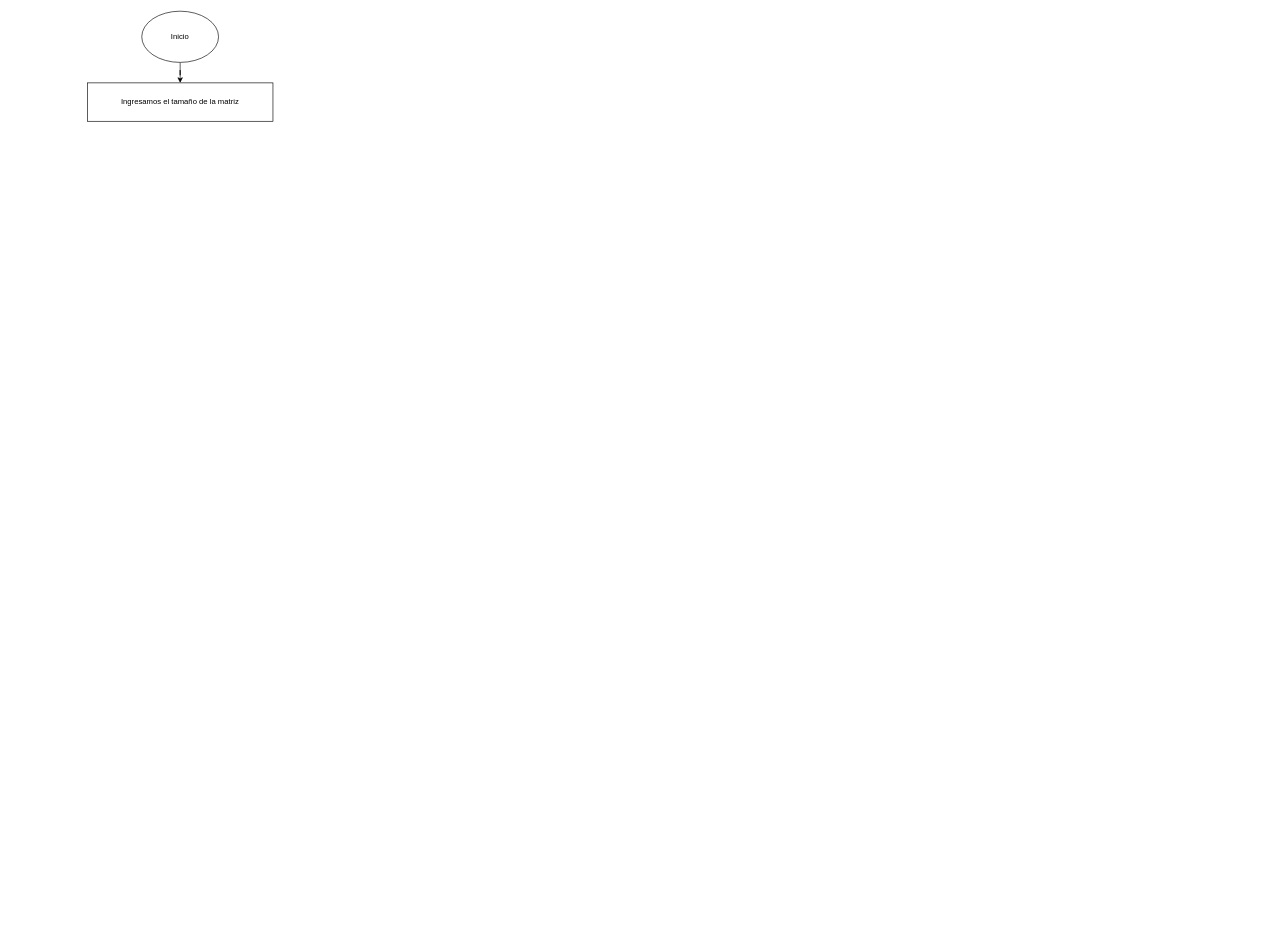
The draw.io diagram diagrama.drawio in CesarAHO123/Gauss-Seidel, before the edit. Source tidied: cells renumbered, new cells numbered last; positions are measured from the earlier drawing's top-left corner, leaving out a move shared by most shapes. Both pictures are drawn from the tidied source at 64%, with x=0, y=0 at pixel (87, 11).
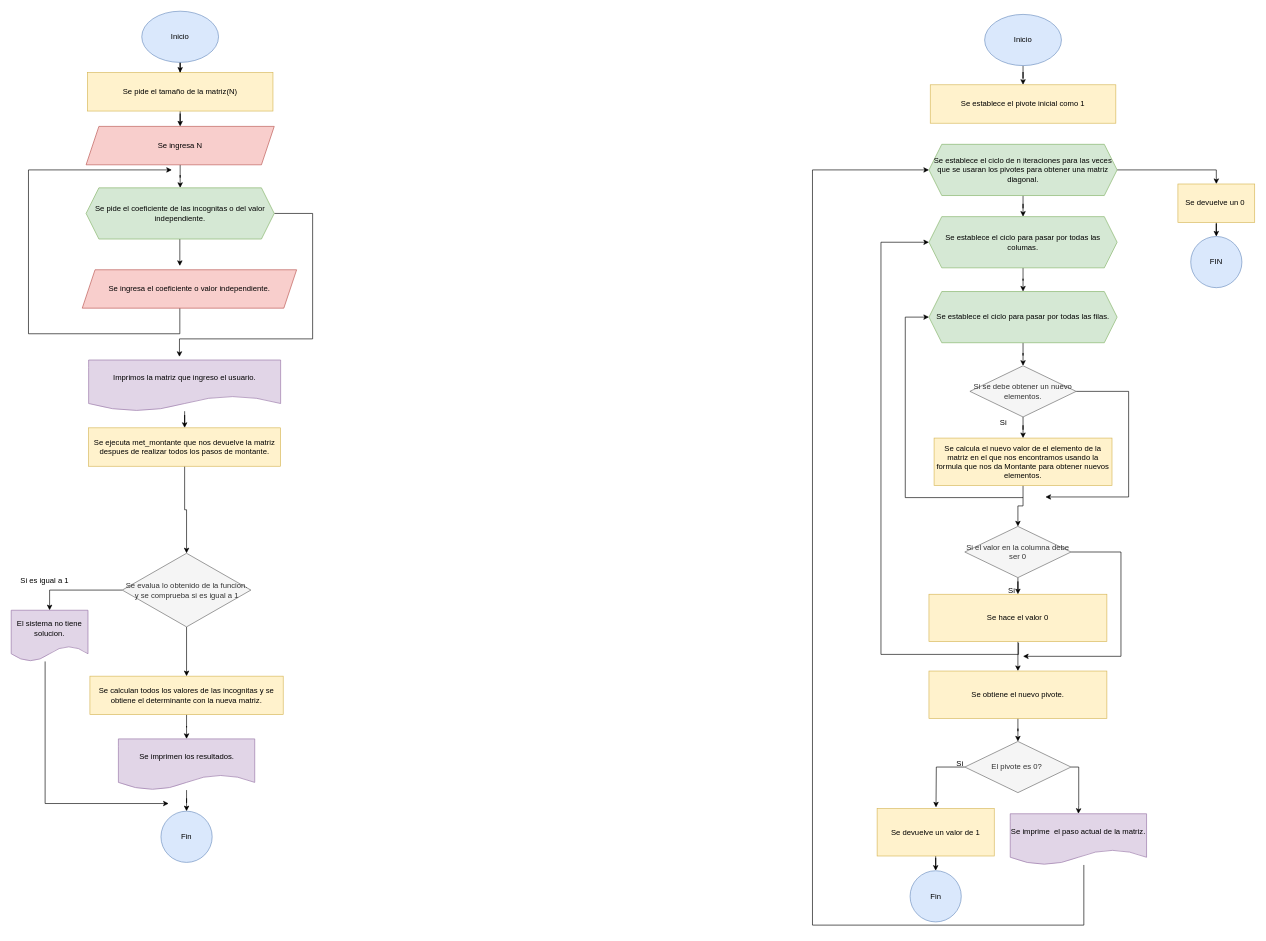
The same diagram, later.

Commit message (it also covers changes not shown here):
ejecutable agregado

The edit, as a diff of the source:
```diff
@@
-    <mxCell id="3" value="Inicio" style="ellipse;whiteSpace=wrap;html=1;" parent="1" vertex="1">
+    <mxCell id="3" value="Inicio" style="ellipse;whiteSpace=wrap;html=1;fillColor=#dae8fc;strokeColor=#6c8ebf;" parent="1" vertex="1">
       <mxGeometry x="85" width="120" height="80" as="geometry" />
     </mxCell>
+    <mxCell id="5" style="edgeStyle=orthogonalEdgeStyle;rounded=0;jettySize=auto;html=1;" parent="1" edge="1" source="4" target="7">
+      <mxGeometry relative="1" as="geometry" />
+    </mxCell>
-    <mxCell id="4" value="Ingresamos el tamaño de la matriz" style="rounded=0;whiteSpace=wrap;html=1;" parent="1" vertex="1">
-      <mxGeometry y="112" width="290" height="60" as="geometry" />
+    <mxCell id="4" value="Se pide el tamaño de la matriz(N)" style="rounded=0;whiteSpace=wrap;html=1;fillColor=#fff2cc;strokeColor=#d6b656;" parent="1" vertex="1">
+      <mxGeometry y="96" width="290" height="60" as="geometry" />
     </mxCell>
+    <mxCell id="6" style="edgeStyle=orthogonalEdgeStyle;rounded=0;jettySize=auto;html=1;" parent="1" edge="1" source="7" target="11">
+      <mxGeometry relative="1" as="geometry" />
+    </mxCell>
+    <mxCell id="7" value="Se ingresa N" style="shape=parallelogram;perimeter=parallelogramPerimeter;whiteSpace=wrap;html=1;fixedSize=1;fillColor=#f8cecc;strokeColor=#b85450;" parent="1" vertex="1">
+      <mxGeometry x="-2" y="180" width="294" height="60" as="geometry" />
+    </mxCell>
+    <mxCell id="8" style="edgeStyle=orthogonalEdgeStyle;rounded=0;orthogonalLoop=1;jettySize=auto;html=1;" parent="1" edge="1">
+      <mxGeometry relative="1" as="geometry">
+        <mxPoint x="144.5" y="458" as="sourcePoint" />
+        <mxPoint x="132" y="248" as="targetPoint" />
+        <Array as="points">
+          <mxPoint x="145" y="504" />
+          <mxPoint x="-92" y="504" />
+          <mxPoint x="-92" y="248" />
+        </Array>
+      </mxGeometry>
+    </mxCell>
+    <mxCell id="9" style="edgeStyle=orthogonalEdgeStyle;rounded=0;jettySize=auto;html=1;" parent="1" edge="1" source="11">
+      <mxGeometry relative="1" as="geometry">
+        <mxPoint x="144.5" y="398" as="targetPoint" />
+      </mxGeometry>
+    </mxCell>
+    <mxCell id="10" style="edgeStyle=orthogonalEdgeStyle;rounded=0;jettySize=auto;html=1;entryX=0.473;entryY=-0.062;entryDx=0;entryDy=0;entryPerimeter=0;" parent="1" edge="1" source="11" target="15">
+      <mxGeometry relative="1" as="geometry">
+        <Array as="points">
+          <mxPoint x="352" y="316" />
+          <mxPoint x="352" y="512" />
+          <mxPoint x="144" y="512" />
+        </Array>
+      </mxGeometry>
+    </mxCell>
+    <mxCell id="11" value="Se pide el coeficiente de las incognitas o del valor independiente." style="shape=hexagon;perimeter=hexagonPerimeter2;whiteSpace=wrap;html=1;fixedSize=1;fillColor=#d5e8d4;strokeColor=#82b366;" parent="1" vertex="1">
+      <mxGeometry x="-2" y="276" width="294" height="80" as="geometry" />
+    </mxCell>
+    <mxCell id="12" style="edgeStyle=orthogonalEdgeStyle;rounded=0;jettySize=auto;html=1;" parent="1" edge="1" source="13" target="20">
+      <mxGeometry relative="1" as="geometry" />
+    </mxCell>
+    <mxCell id="13" value="Se ejecuta met_montante que nos devuelve la matriz despues de realizar todos los pasos de montante." style="rounded=0;whiteSpace=wrap;html=1;fillColor=#fff2cc;strokeColor=#d6b656;" parent="1" vertex="1">
+      <mxGeometry x="2" y="651" width="300" height="60" as="geometry" />
+    </mxCell>
+    <mxCell id="14" style="edgeStyle=orthogonalEdgeStyle;rounded=0;jettySize=auto;html=1;" parent="1" edge="1" source="15" target="13">
+      <mxGeometry relative="1" as="geometry" />
+    </mxCell>
+    <mxCell id="15" value="Imprimos la matriz que ingreso el usuario." style="shape=document;whiteSpace=wrap;html=1;boundedLbl=1;fillColor=#e1d5e7;strokeColor=#9673a6;" parent="1" vertex="1">
+      <mxGeometry x="2" y="545" width="300" height="80" as="geometry" />
+    </mxCell>
+    <mxCell id="16" style="edgeStyle=orthogonalEdgeStyle;rounded=0;jettySize=auto;html=1;" parent="1" edge="1" source="17" target="25">
+      <mxGeometry relative="1" as="geometry" />
+    </mxCell>
+    <mxCell id="17" value="Se calculan todos los valores de las incognitas y se obtiene el determinante con la nueva matriz." style="whiteSpace=wrap;html=1;rounded=0;fillColor=#fff2cc;strokeColor=#d6b656;" parent="1" vertex="1">
+      <mxGeometry x="4" y="1039" width="302" height="60" as="geometry" />
+    </mxCell>
+    <mxCell id="18" style="edgeStyle=orthogonalEdgeStyle;rounded=0;jettySize=auto;html=1;entryX=0.5;entryY=0;entryDx=0;entryDy=0;" parent="1" edge="1" source="20" target="22">
+      <mxGeometry relative="1" as="geometry" />
+    </mxCell>
+    <mxCell id="19" style="edgeStyle=orthogonalEdgeStyle;rounded=0;jettySize=auto;html=1;" parent="1" edge="1" source="20" target="17">
+      <mxGeometry relative="1" as="geometry" />
+    </mxCell>
+    <mxCell id="20" value="Se evalua lo obtenido de la funcion.&lt;br&gt;y se comprueba si es igual a 1" style="rhombus;whiteSpace=wrap;html=1;fillColor=#f5f5f5;fontColor=#333333;strokeColor=#666666;" parent="1" vertex="1">
+      <mxGeometry x="54.5" y="847" width="201" height="115" as="geometry" />
+    </mxCell>
+    <mxCell id="21" style="edgeStyle=orthogonalEdgeStyle;rounded=0;jettySize=auto;html=1;" parent="1" edge="1" source="22">
+      <mxGeometry relative="1" as="geometry">
+        <mxPoint x="127" y="1238" as="targetPoint" />
+        <Array as="points">
+          <mxPoint x="-66" y="1238" />
+        </Array>
+      </mxGeometry>
+    </mxCell>
+    <mxCell id="22" value="El sistema no tiene solucion." style="shape=document;whiteSpace=wrap;html=1;boundedLbl=1;fillColor=#e1d5e7;strokeColor=#9673a6;" parent="1" vertex="1">
+      <mxGeometry x="-119" y="936" width="120" height="80" as="geometry" />
+    </mxCell>
+    <mxCell id="23" value="Si es igual a 1" style="text;html=1;align=center;verticalAlign=middle;strokeColor=none;fillColor=none;" parent="1" vertex="1">
+      <mxGeometry x="-114" y="877" width="93" height="26" as="geometry" />
+    </mxCell>
+    <mxCell id="24" style="edgeStyle=orthogonalEdgeStyle;rounded=0;jettySize=auto;html=1;" parent="1" edge="1" source="25" target="26">
+      <mxGeometry relative="1" as="geometry" />
+    </mxCell>
+    <mxCell id="25" value="Se imprimen los resultados." style="shape=document;whiteSpace=wrap;html=1;boundedLbl=1;fillColor=#e1d5e7;strokeColor=#9673a6;" parent="1" vertex="1">
+      <mxGeometry x="48.5" y="1137" width="213" height="80" as="geometry" />
+    </mxCell>
+    <mxCell id="26" value="Fin" style="ellipse;whiteSpace=wrap;html=1;fillColor=#dae8fc;strokeColor=#6c8ebf;" parent="1" vertex="1">
+      <mxGeometry x="115" y="1250" width="80" height="80" as="geometry" />
+    </mxCell>
+    <mxCell id="27" value="Se ingresa el coeficiente o valor independiente." style="shape=parallelogram;perimeter=parallelogramPerimeter;whiteSpace=wrap;html=1;fixedSize=1;fillColor=#f8cecc;strokeColor=#b85450;" parent="1" vertex="1">
+      <mxGeometry x="-8" y="404" width="335" height="60" as="geometry" />
+    </mxCell>
+    <mxCell id="28" style="edgeStyle=orthogonalEdgeStyle;rounded=0;jettySize=auto;html=1;" parent="1" edge="1" source="29" target="30">
+      <mxGeometry relative="1" as="geometry" />
+    </mxCell>
+    <mxCell id="29" value="Inicio" style="ellipse;whiteSpace=wrap;html=1;fillColor=#dae8fc;strokeColor=#6c8ebf;" parent="1" vertex="1">
+      <mxGeometry x="1402" y="5" width="120" height="80" as="geometry" />
+    </mxCell>
+    <mxCell id="30" value="Se establece el pivote inicial como 1" style="rounded=0;whiteSpace=wrap;html=1;fillColor=#fff2cc;strokeColor=#d6b656;" parent="1" vertex="1">
+      <mxGeometry x="1317" y="115" width="290" height="60" as="geometry" />
+    </mxCell>
+    <mxCell id="31" style="edgeStyle=orthogonalEdgeStyle;rounded=0;jettySize=auto;html=1;" parent="1" edge="1" source="33" target="35">
+      <mxGeometry relative="1" as="geometry" />
+    </mxCell>
+    <mxCell id="32" style="edgeStyle=orthogonalEdgeStyle;rounded=0;jettySize=auto;html=1;entryX=0.5;entryY=0;entryDx=0;entryDy=0;" parent="1" edge="1" source="33" target="64">
+      <mxGeometry relative="1" as="geometry" />
+    </mxCell>
+    <mxCell id="33" value="Se establece el ciclo de n iteraciones para las veces que se usaran los pivotes para obtener una matriz diagonal." style="shape=hexagon;perimeter=hexagonPerimeter2;whiteSpace=wrap;html=1;fixedSize=1;fillColor=#d5e8d4;strokeColor=#82b366;" parent="1" vertex="1">
+      <mxGeometry x="1315" y="208" width="294" height="80" as="geometry" />
+    </mxCell>
+    <mxCell id="34" style="edgeStyle=orthogonalEdgeStyle;rounded=0;jettySize=auto;html=1;" parent="1" edge="1" source="35" target="37">
+      <mxGeometry relative="1" as="geometry" />
+    </mxCell>
+    <mxCell id="35" value="Se establece el ciclo para pasar por todas las columas." style="shape=hexagon;perimeter=hexagonPerimeter2;whiteSpace=wrap;html=1;fixedSize=1;fillColor=#d5e8d4;strokeColor=#82b366;" parent="1" vertex="1">
+      <mxGeometry x="1315" y="321" width="294" height="80" as="geometry" />
+    </mxCell>
+    <mxCell id="36" style="edgeStyle=orthogonalEdgeStyle;rounded=0;jettySize=auto;html=1;" parent="1" edge="1" source="37" target="42">
+      <mxGeometry relative="1" as="geometry" />
+    </mxCell>
+    <mxCell id="37" value="Se establece el ciclo para pasar por todas las filas." style="shape=hexagon;perimeter=hexagonPerimeter2;whiteSpace=wrap;html=1;fixedSize=1;fillColor=#d5e8d4;strokeColor=#82b366;" parent="1" vertex="1">
+      <mxGeometry x="1315" y="438" width="294" height="80" as="geometry" />
+    </mxCell>
+    <mxCell id="38" style="edgeStyle=orthogonalEdgeStyle;rounded=0;jettySize=auto;html=1;" parent="1" edge="1" source="39" target="46">
+      <mxGeometry relative="1" as="geometry" />
+    </mxCell>
+    <mxCell id="39" value="Se calcula el nuevo valor de el elemento de la matriz en el que nos encontramos usando la formula que nos da Montante para obtener nuevos elementos." style="rounded=0;whiteSpace=wrap;html=1;fillColor=#fff2cc;strokeColor=#d6b656;" parent="1" vertex="1">
+      <mxGeometry x="1323" y="667" width="278" height="74" as="geometry" />
+    </mxCell>
+    <mxCell id="40" style="edgeStyle=orthogonalEdgeStyle;rounded=0;jettySize=auto;html=1;" parent="1" edge="1" source="42" target="39">
+      <mxGeometry relative="1" as="geometry" />
+    </mxCell>
+    <mxCell id="41" style="edgeStyle=orthogonalEdgeStyle;rounded=0;jettySize=auto;html=1;" parent="1" edge="1" source="42">
+      <mxGeometry relative="1" as="geometry">
+        <mxPoint x="1497" y="759" as="targetPoint" />
+        <Array as="points">
+          <mxPoint x="1627" y="594" />
+          <mxPoint x="1627" y="759" />
+        </Array>
+      </mxGeometry>
+    </mxCell>
+    <mxCell id="42" value="Si se debe obtener un nuevo elementos." style="rhombus;whiteSpace=wrap;html=1;fillColor=#f5f5f5;fontColor=#333333;strokeColor=#666666;" parent="1" vertex="1">
+      <mxGeometry x="1379" y="554" width="166" height="80" as="geometry" />
+    </mxCell>
+    <mxCell id="43" value="Si" style="text;html=1;align=center;verticalAlign=middle;strokeColor=none;fillColor=none;" parent="1" vertex="1">
+      <mxGeometry x="1416" y="630" width="29" height="26" as="geometry" />
+    </mxCell>
+    <mxCell id="44" style="edgeStyle=orthogonalEdgeStyle;rounded=0;jettySize=auto;html=1;" parent="1" edge="1" source="46" target="48">
+      <mxGeometry relative="1" as="geometry" />
+    </mxCell>
+    <mxCell id="45" style="edgeStyle=orthogonalEdgeStyle;rounded=0;jettySize=auto;html=1;" parent="1" edge="1" source="46">
+      <mxGeometry relative="1" as="geometry">
+        <mxPoint x="1462" y="1008" as="targetPoint" />
+        <Array as="points">
+          <mxPoint x="1615" y="845" />
+          <mxPoint x="1615" y="1008" />
+        </Array>
+      </mxGeometry>
+    </mxCell>
+    <mxCell id="46" value="Si el valor en la columna debe ser 0" style="rhombus;whiteSpace=wrap;html=1;fillColor=#f5f5f5;fontColor=#333333;strokeColor=#666666;" parent="1" vertex="1">
+      <mxGeometry x="1371" y="805" width="166" height="80" as="geometry" />
+    </mxCell>
+    <mxCell id="47" style="edgeStyle=orthogonalEdgeStyle;rounded=0;jettySize=auto;html=1;" parent="1" edge="1" source="48" target="54">
+      <mxGeometry relative="1" as="geometry" />
+    </mxCell>
+    <mxCell id="48" value="Se hace el valor 0" style="rounded=0;whiteSpace=wrap;html=1;fillColor=#fff2cc;strokeColor=#d6b656;" parent="1" vertex="1">
+      <mxGeometry x="1315" y="911" width="278" height="74" as="geometry" />
+    </mxCell>
+    <mxCell id="49" style="endArrow=classic;html=1;rounded=0;entryX=0;entryY=0.5;entryDx=0;entryDy=0;edgeStyle=orthogonalEdgeStyle;" parent="1" edge="1" target="37">
+      <mxGeometry relative="1" as="geometry">
+        <mxPoint x="1462" y="760" as="sourcePoint" />
+        <Array as="points">
+          <mxPoint x="1278" y="760" />
+          <mxPoint x="1278" y="478" />
+        </Array>
+      </mxGeometry>
+    </mxCell>
+    <mxCell id="50" style="edgeStyle=orthogonalEdgeStyle;rounded=0;jettySize=auto;html=1;" parent="1" edge="1" source="52">
+      <mxGeometry relative="1" as="geometry">
+        <mxPoint x="1326" y="1244" as="targetPoint" />
+      </mxGeometry>
+    </mxCell>
+    <mxCell id="51" style="edgeStyle=orthogonalEdgeStyle;rounded=0;jettySize=auto;html=1;entryX=0.5;entryY=0;entryDx=0;entryDy=0;" parent="1" edge="1" source="52" target="62">
+      <mxGeometry relative="1" as="geometry">
+        <Array as="points">
+          <mxPoint x="1549" y="1181" />
+          <mxPoint x="1549" y="1241" />
+        </Array>
+      </mxGeometry>
+    </mxCell>
+    <mxCell id="52" value="El pivote es 0?&amp;nbsp;" style="rhombus;whiteSpace=wrap;html=1;fillColor=#f5f5f5;fontColor=#333333;strokeColor=#666666;" parent="1" vertex="1">
+      <mxGeometry x="1371" y="1141" width="166" height="80" as="geometry" />
+    </mxCell>
+    <mxCell id="53" style="edgeStyle=orthogonalEdgeStyle;rounded=0;jettySize=auto;html=1;" parent="1" edge="1" source="54" target="52">
+      <mxGeometry relative="1" as="geometry" />
+    </mxCell>
+    <mxCell id="54" value="Se obtiene el nuevo pivote." style="rounded=0;whiteSpace=wrap;html=1;fillColor=#fff2cc;strokeColor=#d6b656;" parent="1" vertex="1">
+      <mxGeometry x="1315" y="1031" width="278" height="74" as="geometry" />
+    </mxCell>
+    <mxCell id="55" style="edgeStyle=orthogonalEdgeStyle;jettySize=auto;html=1;rounded=0;entryX=0;entryY=0.5;entryDx=0;entryDy=0;" parent="1" edge="1" target="35">
+      <mxGeometry relative="1" as="geometry">
+        <mxPoint x="1455" y="987" as="sourcePoint" />
+        <Array as="points">
+          <mxPoint x="1455" y="1005" />
+          <mxPoint x="1240" y="1005" />
+          <mxPoint x="1240" y="361" />
+        </Array>
+      </mxGeometry>
+    </mxCell>
+    <mxCell id="56" value="Si" style="text;html=1;align=center;verticalAlign=middle;strokeColor=none;fillColor=none;" parent="1" vertex="1">
+      <mxGeometry x="1429" y="892" width="29" height="26" as="geometry" />
+    </mxCell>
+    <mxCell id="57" style="edgeStyle=orthogonalEdgeStyle;rounded=0;jettySize=auto;html=1;" parent="1" edge="1" source="58" target="59">
+      <mxGeometry relative="1" as="geometry" />
+    </mxCell>
+    <mxCell id="58" value="Se devuelve un valor de 1" style="rounded=0;whiteSpace=wrap;html=1;fillColor=#fff2cc;strokeColor=#d6b656;" parent="1" vertex="1">
+      <mxGeometry x="1234" y="1246" width="183" height="74" as="geometry" />
+    </mxCell>
+    <mxCell id="59" value="Fin" style="ellipse;whiteSpace=wrap;html=1;fillColor=#dae8fc;strokeColor=#6c8ebf;" parent="1" vertex="1">
+      <mxGeometry x="1285.5" y="1343" width="80" height="80" as="geometry" />
+    </mxCell>
+    <mxCell id="60" value="Si" style="text;html=1;align=center;verticalAlign=middle;strokeColor=none;fillColor=none;" parent="1" vertex="1">
+      <mxGeometry x="1348" y="1163" width="29" height="26" as="geometry" />
+    </mxCell>
+    <mxCell id="61" style="edgeStyle=orthogonalEdgeStyle;rounded=0;jettySize=auto;html=1;entryX=0;entryY=0.5;entryDx=0;entryDy=0;" parent="1" edge="1" source="62" target="33">
+      <mxGeometry relative="1" as="geometry">
+        <Array as="points">
+          <mxPoint x="1557" y="1428" />
+          <mxPoint x="1133" y="1428" />
+          <mxPoint x="1133" y="248" />
+        </Array>
+      </mxGeometry>
+    </mxCell>
+    <mxCell id="62" value="Se imprime&amp;nbsp; el paso actual de la matriz." style="shape=document;whiteSpace=wrap;html=1;boundedLbl=1;fillColor=#e1d5e7;strokeColor=#9673a6;" parent="1" vertex="1">
+      <mxGeometry x="1442" y="1254" width="213" height="80" as="geometry" />
+    </mxCell>
+    <mxCell id="63" style="edgeStyle=orthogonalEdgeStyle;rounded=0;jettySize=auto;html=1;" parent="1" edge="1" source="64" target="65">
+      <mxGeometry relative="1" as="geometry" />
+    </mxCell>
+    <mxCell id="64" value="Se devuelve un 0&amp;nbsp;" style="rounded=0;whiteSpace=wrap;html=1;fillColor=#fff2cc;strokeColor=#d6b656;" parent="1" vertex="1">
+      <mxGeometry x="1704" y="270" width="120" height="60" as="geometry" />
+    </mxCell>
+    <mxCell id="65" value="FIN" style="ellipse;whiteSpace=wrap;html=1;fillColor=#dae8fc;strokeColor=#6c8ebf;" parent="1" vertex="1">
+      <mxGeometry x="1724" y="352" width="80" height="80" as="geometry" />
+    </mxCell>
```
